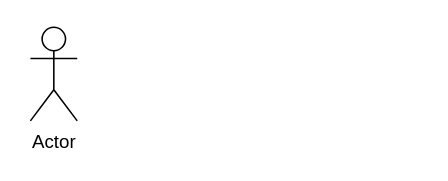
The draw.io diagram Untitled Diagram.drawio in taherallaa/voting-system, before the edit. Source tidied: cells renumbered, new cells numbered last; positions are measured from the earlier drawing's top-left corner, leaving out a move shared by most shapes. Both pictures are drawn from the tidied source at 156%, with x=0, y=0 at pixel (30, 27).
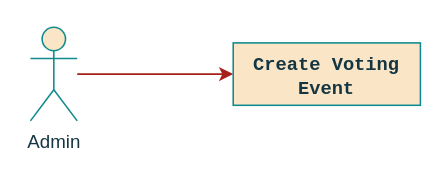
Above is the later version.

The edit, as a diff of the source:
```diff
@@
 <mxGraphModel>
   <root>
     <mxCell id="0" />
     <mxCell id="1" parent="0" />
+    <mxCell id="3" style="edgeStyle=orthogonalEdgeStyle;rounded=0;jettySize=auto;html=1;labelBackgroundColor=none;strokeColor=#A8201A;fontColor=default;" parent="1" edge="1" source="2" target="4">
+      <mxGeometry relative="1" as="geometry" />
+    </mxCell>
-    <mxCell id="2" value="Actor" style="shape=umlActor;verticalLabelPosition=bottom;verticalAlign=top;html=1;outlineConnect=0;" parent="1" vertex="1">
+    <mxCell id="2" value="Admin" style="shape=umlActor;verticalLabelPosition=bottom;verticalAlign=top;html=1;outlineConnect=0;labelBackgroundColor=none;fillColor=#FAE5C7;strokeColor=#0F8B8D;fontColor=#143642;" parent="1" vertex="1">
       <mxGeometry width="30" height="60" as="geometry" />
     </mxCell>
+    <mxCell id="4" value="&lt;b&gt;&lt;font face=&quot;Courier New&quot;&gt;Create Voting Event&lt;/font&gt;&lt;/b&gt;" style="whiteSpace=wrap;html=1;verticalAlign=top;fillColor=#FAE5C7;strokeColor=#0F8B8D;labelBackgroundColor=none;fontColor=#143642;" parent="1" vertex="1">
+      <mxGeometry x="130" y="10" width="120" height="40" as="geometry" />
+    </mxCell>
   </root>
 </mxGraphModel>
```
